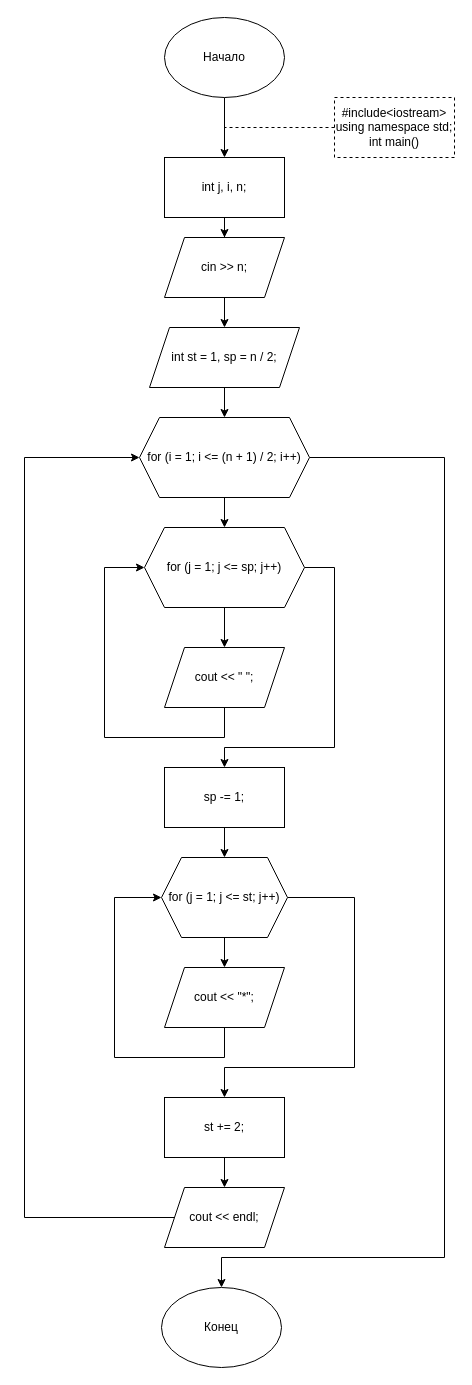
Above: Блок схемы к задачам/Задача 2.4.drawio in 14Zzz/- (draw.io), before the change. Source tidied: cells renumbered, new cells numbered last; positions are measured from the earlier drawing's top-left corner, leaving out a move shared by most shapes. Both pictures are drawn from the tidied source at 100%, with x=0, y=0 at pixel (24, 17).
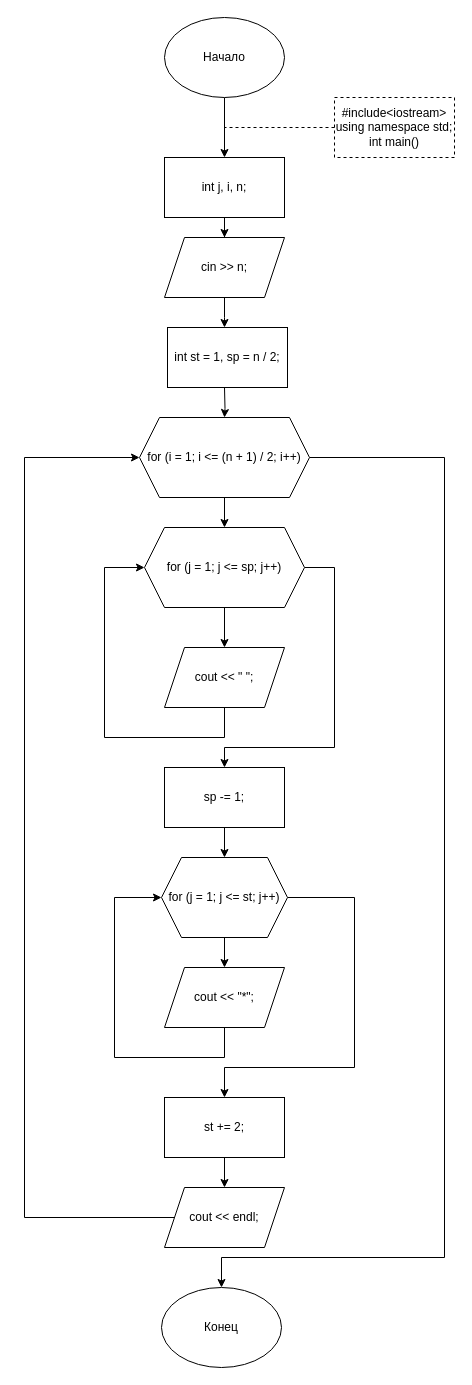
After the change.

The change refers to these unchanged cells:
```xml
<mxCell id="9" value="&lt;span&gt;&#9;&lt;/span&gt;cin &amp;gt;&amp;gt; n;" style="shape=parallelogram;perimeter=parallelogramPerimeter;whiteSpace=wrap;html=1;fixedSize=1;" parent="1" vertex="1">
  <mxGeometry x="140" y="220" width="120" height="60" as="geometry" />
</mxCell>
<mxCell id="14" value="&lt;span&gt;&#9;&lt;/span&gt;for (i = 1; i &amp;lt;= (n + 1) / 2; i++)" style="shape=hexagon;perimeter=hexagonPerimeter2;whiteSpace=wrap;html=1;fixedSize=1;" parent="1" vertex="1">
  <mxGeometry x="115" y="400" width="170" height="80" as="geometry" />
</mxCell>
```

What changed in the source:
```diff
@@
-    <mxCell id="8" style="edgeStyle=orthogonalEdgeStyle;rounded=0;jettySize=auto;html=1;" parent="1" edge="1" source="9" target="11">
-      <mxGeometry relative="1" as="geometry" />
+    <mxCell id="8" style="edgeStyle=orthogonalEdgeStyle;rounded=0;jettySize=auto;html=1;" parent="1" edge="1" source="9">
+      <mxGeometry relative="1" as="geometry">
+        <mxPoint x="200" y="310" as="targetPoint" />
+      </mxGeometry>
     </mxCell>
@@
-    <mxCell id="10" style="edgeStyle=orthogonalEdgeStyle;rounded=0;jettySize=auto;html=1;" parent="1" edge="1" source="11" target="14">
-      <mxGeometry relative="1" as="geometry" />
+    <mxCell id="10" style="edgeStyle=orthogonalEdgeStyle;rounded=0;jettySize=auto;html=1;" parent="1" edge="1" target="14">
+      <mxGeometry relative="1" as="geometry">
+        <mxPoint x="200" y="370" as="sourcePoint" />
+      </mxGeometry>
     </mxCell>
-    <mxCell id="11" value="&lt;span&gt;&#9;&lt;/span&gt;int st = 1, sp = n / 2;" style="shape=parallelogram;perimeter=parallelogramPerimeter;whiteSpace=wrap;html=1;fixedSize=1;" parent="1" vertex="1">
-      <mxGeometry x="125" y="310" width="150" height="60" as="geometry" />
-    </mxCell>
@@
+    <mxCell id="11" value="&lt;span&gt;int st = 1, sp = n / 2;&lt;/span&gt;" style="rounded=0;whiteSpace=wrap;html=1;" parent="1" vertex="1">
+      <mxGeometry x="143" y="310" width="120" height="60" as="geometry" />
+    </mxCell>
```
